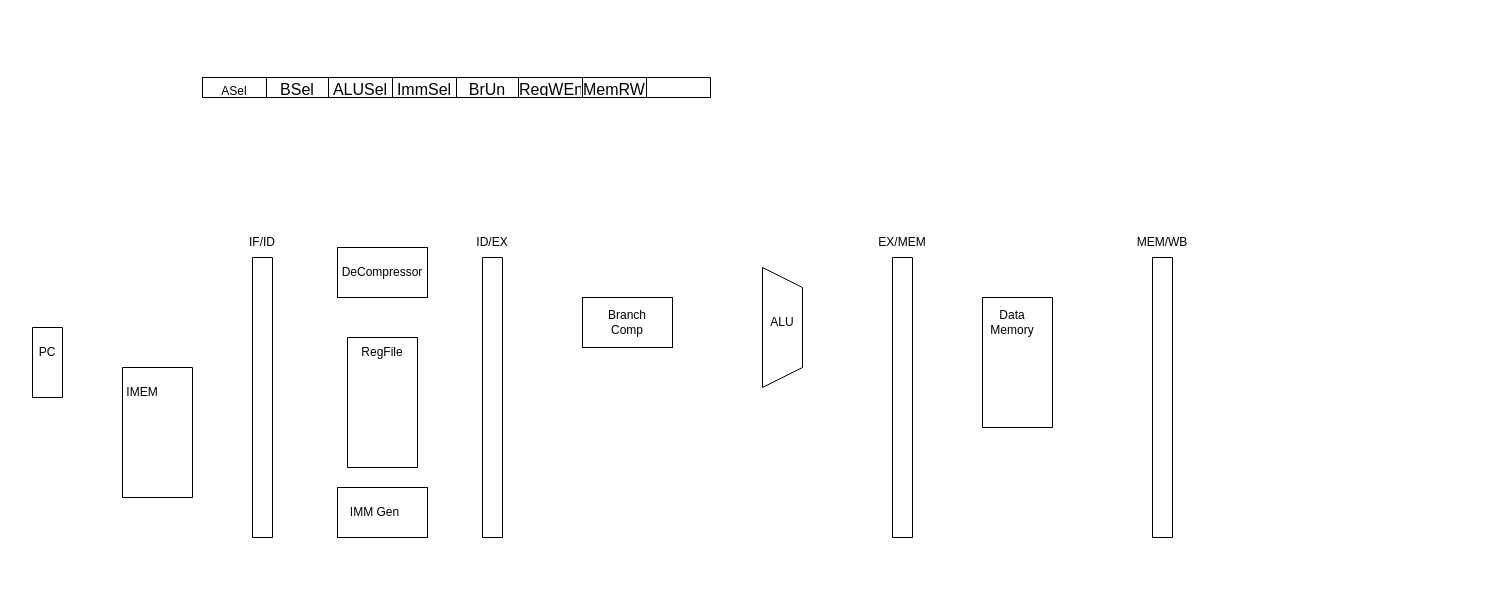
This is Untitled Diagram.drawio from junaida32/AQLTech, a draw.io file, before an edit. Source tidied: cells renumbered, new cells numbered last; positions are measured from the earlier drawing's top-left corner, leaving out a move shared by most shapes. Both pictures are drawn from the tidied source at 100%, with x=0, y=0 at pixel (17, 77).
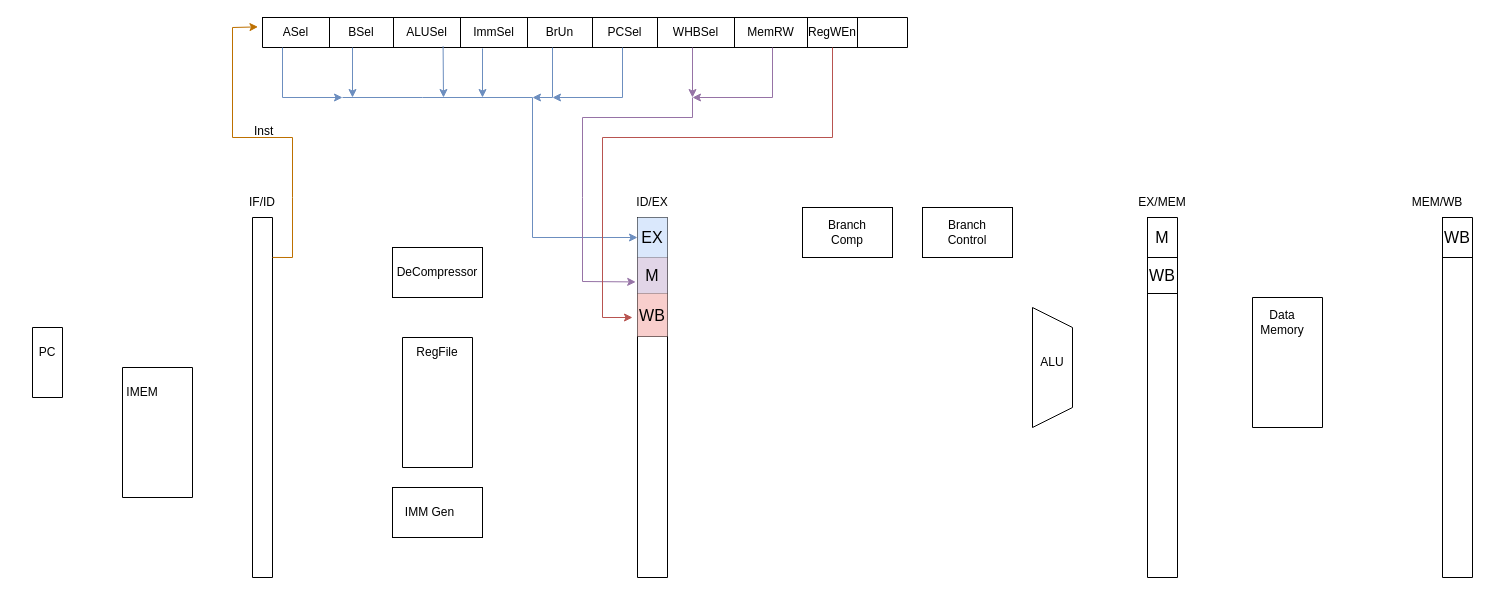
The same page after the edit.

What changed in the source:
```diff
@@
     <mxCell id="6" style="verticalLabelPosition=bottom;verticalAlign=top;html=1;shape=mxgraph.basic.rect;fillColor2=none;strokeWidth=1;size=20;indent=0;" parent="1" vertex="1">
-      <mxGeometry x="235" y="180" width="20" height="280" as="geometry" />
+      <mxGeometry x="235" y="140" width="20" height="360" as="geometry" />
     </mxCell>
     <mxCell id="7" value="IF/ID" style="text;html=1;strokeColor=none;fillColor=none;align=center;verticalAlign=middle;whiteSpace=wrap;rounded=0;" parent="1" vertex="1">
-      <mxGeometry x="215" y="150" width="60" height="30" as="geometry" />
+      <mxGeometry x="215" y="110" width="60" height="30" as="geometry" />
     </mxCell>
     <mxCell id="8" style="verticalLabelPosition=bottom;verticalAlign=top;html=1;shape=mxgraph.basic.rect;fillColor2=none;strokeWidth=1;size=20;indent=0;" parent="1" vertex="1">
-      <mxGeometry x="330" y="260" width="70" height="130" as="geometry" />
+      <mxGeometry x="385" y="260" width="70" height="130" as="geometry" />
     </mxCell>
     <mxCell id="9" value="RegFile" style="text;html=1;strokeColor=none;fillColor=none;align=center;verticalAlign=middle;whiteSpace=wrap;rounded=0;" parent="1" vertex="1">
-      <mxGeometry x="335" y="260" width="60" height="30" as="geometry" />
+      <mxGeometry x="390" y="260" width="60" height="30" as="geometry" />
     </mxCell>
-    <mxCell id="10" style="verticalLabelPosition=bottom;verticalAlign=top;html=1;shape=mxgraph.basic.rect;fillColor2=none;strokeWidth=1;size=20;indent=0;" parent="1" vertex="1">
-      <mxGeometry x="465" y="180" width="20" height="280" as="geometry" />
-    </mxCell>
     <mxCell id="11" value="ID/EX" style="text;html=1;strokeColor=none;fillColor=none;align=center;verticalAlign=middle;whiteSpace=wrap;rounded=0;" parent="1" vertex="1">
-      <mxGeometry x="455" y="150" width="40" height="30" as="geometry" />
+      <mxGeometry x="615" y="110" width="40" height="30" as="geometry" />
     </mxCell>
     <mxCell id="12" style="rounded=0;whiteSpace=wrap;html=1;" parent="1" vertex="1">
-      <mxGeometry x="565" y="220" width="90" height="50" as="geometry" />
+      <mxGeometry x="785" y="130" width="90" height="50" as="geometry" />
     </mxCell>
     <mxCell id="13" value="Branch Comp" style="text;html=1;strokeColor=none;fillColor=none;align=center;verticalAlign=middle;whiteSpace=wrap;rounded=0;" parent="1" vertex="1">
-      <mxGeometry x="590" y="230" width="40" height="30" as="geometry" />
+      <mxGeometry x="810" y="140" width="40" height="30" as="geometry" />
     </mxCell>
     <mxCell id="14" style="rounded=0;whiteSpace=wrap;html=1;" parent="1" vertex="1">
-      <mxGeometry x="320" y="410" width="90" height="50" as="geometry" />
+      <mxGeometry x="375" y="410" width="90" height="50" as="geometry" />
     </mxCell>
     <mxCell id="15" value="IMM Gen" style="text;html=1;strokeColor=none;fillColor=none;align=center;verticalAlign=middle;whiteSpace=wrap;rounded=0;" parent="1" vertex="1">
-      <mxGeometry x="330" y="420" width="55" height="30" as="geometry" />
+      <mxGeometry x="385" y="420" width="55" height="30" as="geometry" />
     </mxCell>
     <mxCell id="16" style="rounded=0;whiteSpace=wrap;html=1;" parent="1" vertex="1">
-      <mxGeometry x="320" y="170" width="90" height="50" as="geometry" />
+      <mxGeometry x="375" y="170" width="90" height="50" as="geometry" />
     </mxCell>
     <mxCell id="17" value="DeCompressor" style="text;html=1;strokeColor=none;fillColor=none;align=center;verticalAlign=middle;whiteSpace=wrap;rounded=0;" parent="1" vertex="1">
-      <mxGeometry x="345" y="180" width="40" height="30" as="geometry" />
+      <mxGeometry x="400" y="180" width="40" height="30" as="geometry" />
     </mxCell>
     <mxCell id="18" style="shape=trapezoid;perimeter=trapezoidPerimeter;whiteSpace=wrap;html=1;fixedSize=1;rotation=90;" parent="1" vertex="1">
-      <mxGeometry x="705" y="230" width="120" height="40" as="geometry" />
+      <mxGeometry x="975" y="270" width="120" height="40" as="geometry" />
     </mxCell>
     <mxCell id="19" value="ALU" style="text;html=1;strokeColor=none;fillColor=none;align=center;verticalAlign=middle;whiteSpace=wrap;rounded=0;" parent="1" vertex="1">
-      <mxGeometry x="745" y="230" width="40" height="30" as="geometry" />
+      <mxGeometry x="1015" y="270" width="40" height="30" as="geometry" />
     </mxCell>
-    <mxCell id="20" style="verticalLabelPosition=bottom;verticalAlign=top;html=1;shape=mxgraph.basic.rect;fillColor2=none;strokeWidth=1;size=20;indent=0;" parent="1" vertex="1">
-      <mxGeometry x="875" y="180" width="20" height="280" as="geometry" />
-    </mxCell>
     <mxCell id="21" value="EX/MEM" style="text;html=1;strokeColor=none;fillColor=none;align=center;verticalAlign=middle;whiteSpace=wrap;rounded=0;" parent="1" vertex="1">
-      <mxGeometry x="865" y="150" width="40" height="30" as="geometry" />
+      <mxGeometry x="1125" y="110" width="40" height="30" as="geometry" />
     </mxCell>
     <mxCell id="22" style="verticalLabelPosition=bottom;verticalAlign=top;html=1;shape=mxgraph.basic.rect;fillColor2=none;strokeWidth=1;size=20;indent=0;" parent="1" vertex="1">
-      <mxGeometry x="965" y="220" width="70" height="130" as="geometry" />
+      <mxGeometry x="1235" y="220" width="70" height="130" as="geometry" />
     </mxCell>
     <mxCell id="23" value="Data&lt;br&gt;Memory" style="text;html=1;strokeColor=none;fillColor=none;align=center;verticalAlign=middle;whiteSpace=wrap;rounded=0;" parent="1" vertex="1">
-      <mxGeometry x="965" y="230" width="60" height="30" as="geometry" />
+      <mxGeometry x="1235" y="230" width="60" height="30" as="geometry" />
     </mxCell>
-    <mxCell id="24" style="verticalLabelPosition=bottom;verticalAlign=top;html=1;shape=mxgraph.basic.rect;fillColor2=none;strokeWidth=1;size=20;indent=0;" parent="1" vertex="1">
-      <mxGeometry x="1135" y="180" width="20" height="280" as="geometry" />
-    </mxCell>
     <mxCell id="25" value="MEM/WB" style="text;html=1;strokeColor=none;fillColor=none;align=center;verticalAlign=middle;whiteSpace=wrap;rounded=0;" parent="1" vertex="1">
-      <mxGeometry x="1125" y="150" width="40" height="30" as="geometry" />
+      <mxGeometry x="1400" y="110" width="40" height="30" as="geometry" />
     </mxCell>
-    <mxCell id="26" style="shape=table;startSize=0;childLayout=tableLayout;fontSize=16;" parent="1" vertex="1">
-      <mxGeometry x="185" width="508" height="20" as="geometry" />
+    <mxCell id="26" style="shape=table;startSize=0;childLayout=tableLayout;fontSize=12;" parent="1" vertex="1">
+      <mxGeometry x="245" y="-60" width="645" height="30" as="geometry" />
     </mxCell>
-    <mxCell id="27" style="shape=tableRow;horizontal=0;startSize=0;swimlaneHead=0;swimlaneBody=0;strokeColor=inherit;top=0;left=0;bottom=0;right=0;fillColor=none;points=[[0,0.5],[1,0.5]];portConstraint=eastwest;fontSize=16;" parent="26" vertex="1">
-      <mxGeometry width="508" height="20" as="geometry" />
+    <mxCell id="27" style="shape=tableRow;horizontal=0;startSize=0;swimlaneHead=0;swimlaneBody=0;strokeColor=inherit;top=0;left=0;bottom=0;right=0;fillColor=none;points=[[0,0.5],[1,0.5]];portConstraint=eastwest;fontSize=12;" parent="26" vertex="1">
+      <mxGeometry width="645" height="30" as="geometry" />
     </mxCell>
-    <mxCell id="28" value="&lt;span style=&quot;font-size: 12px;&quot;&gt;ASel&lt;/span&gt;" style="shape=partialRectangle;html=1;whiteSpace=wrap;strokeColor=inherit;overflow=hidden;fillColor=none;top=0;left=0;bottom=0;right=0;fontSize=16;" parent="27" vertex="1">
-      <mxGeometry width="64" height="20" as="geometry" />
+    <mxCell id="28" value="&lt;span style=&quot;font-size: 12px;&quot;&gt;ASel&lt;/span&gt;" style="shape=partialRectangle;html=1;whiteSpace=wrap;strokeColor=inherit;overflow=hidden;fillColor=none;top=0;left=0;bottom=0;right=0;fontSize=12;" parent="27" vertex="1">
+      <mxGeometry width="67" height="30" as="geometry" />
     </mxCell>
-    <mxCell id="29" value="BSel" style="shape=partialRectangle;html=1;whiteSpace=wrap;strokeColor=inherit;overflow=hidden;fillColor=none;top=0;left=0;bottom=0;right=0;fontSize=16;" parent="27" vertex="1">
-      <mxGeometry x="64" width="62" height="20" as="geometry" />
+    <mxCell id="29" value="BSel" style="shape=partialRectangle;html=1;whiteSpace=wrap;strokeColor=inherit;overflow=hidden;fillColor=none;top=0;left=0;bottom=0;right=0;fontSize=12;" parent="27" vertex="1">
+      <mxGeometry x="67" width="64" height="30" as="geometry" />
     </mxCell>
-    <mxCell id="30" value="ALUSel" style="shape=partialRectangle;html=1;whiteSpace=wrap;strokeColor=inherit;overflow=hidden;fillColor=none;top=0;left=0;bottom=0;right=0;fontSize=16;" parent="27" vertex="1">
-      <mxGeometry x="126" width="64" height="20" as="geometry" />
+    <mxCell id="30" value="ALUSel" style="shape=partialRectangle;html=1;whiteSpace=wrap;strokeColor=inherit;overflow=hidden;fillColor=none;top=0;left=0;bottom=0;right=0;fontSize=12;" parent="27" vertex="1">
+      <mxGeometry x="131" width="67" height="30" as="geometry" />
     </mxCell>
-    <mxCell id="31" value="ImmSel" style="shape=partialRectangle;html=1;whiteSpace=wrap;strokeColor=inherit;overflow=hidden;fillColor=none;top=0;left=0;bottom=0;right=0;fontSize=16;" parent="27" vertex="1">
-      <mxGeometry x="190" width="64" height="20" as="geometry" />
+    <mxCell id="31" value="ImmSel" style="shape=partialRectangle;html=1;whiteSpace=wrap;strokeColor=inherit;overflow=hidden;fillColor=none;top=0;left=0;bottom=0;right=0;fontSize=12;" parent="27" vertex="1">
+      <mxGeometry x="198" width="67" height="30" as="geometry" />
     </mxCell>
-    <mxCell id="32" value="BrUn" style="shape=partialRectangle;html=1;whiteSpace=wrap;strokeColor=inherit;overflow=hidden;fillColor=none;top=0;left=0;bottom=0;right=0;fontSize=16;" parent="27" vertex="1">
-      <mxGeometry x="254" width="62" height="20" as="geometry" />
+    <mxCell id="32" value="BrUn" style="shape=partialRectangle;html=1;whiteSpace=wrap;strokeColor=inherit;overflow=hidden;fillColor=none;top=0;left=0;bottom=0;right=0;fontSize=12;" parent="27" vertex="1">
+      <mxGeometry x="265" width="65" height="30" as="geometry" />
     </mxCell>
+    <mxCell id="36" value="PCSel" style="shape=partialRectangle;html=1;whiteSpace=wrap;strokeColor=inherit;overflow=hidden;fillColor=none;top=0;left=0;bottom=0;right=0;fontSize=12;" parent="27" vertex="1">
+      <mxGeometry x="330" width="65" height="30" as="geometry" />
+    </mxCell>
-    <mxCell id="33" value="RegWEn" style="shape=partialRectangle;html=1;whiteSpace=wrap;strokeColor=inherit;overflow=hidden;fillColor=none;top=0;left=0;bottom=0;right=0;fontSize=16;" parent="27" vertex="1">
-      <mxGeometry x="316" width="64" height="20" as="geometry" />
+    <mxCell id="33" value="WHBSel" style="shape=partialRectangle;html=1;whiteSpace=wrap;strokeColor=inherit;overflow=hidden;fillColor=none;top=0;left=0;bottom=0;right=0;fontSize=12;" parent="27" vertex="1">
+      <mxGeometry x="395" width="77" height="30" as="geometry" />
     </mxCell>
-    <mxCell id="34" value="MemRW" style="shape=partialRectangle;html=1;whiteSpace=wrap;strokeColor=inherit;overflow=hidden;fillColor=none;top=0;left=0;bottom=0;right=0;fontSize=16;" parent="27" vertex="1">
-      <mxGeometry x="380" width="64" height="20" as="geometry" />
+    <mxCell id="34" value="MemRW" style="shape=partialRectangle;html=1;whiteSpace=wrap;strokeColor=inherit;overflow=hidden;fillColor=none;top=0;left=0;bottom=0;right=0;fontSize=12;" parent="27" vertex="1">
+      <mxGeometry x="472" width="73" height="30" as="geometry" />
     </mxCell>
-    <mxCell id="35" style="shape=partialRectangle;html=1;whiteSpace=wrap;strokeColor=inherit;overflow=hidden;fillColor=none;top=0;left=0;bottom=0;right=0;fontSize=16;" parent="27" vertex="1">
-      <mxGeometry x="444" width="64" height="20" as="geometry" />
+    <mxCell id="35" value="RegWEn" style="shape=partialRectangle;html=1;whiteSpace=wrap;strokeColor=inherit;overflow=hidden;fillColor=none;top=0;left=0;bottom=0;right=0;fontSize=12;" parent="27" vertex="1">
+      <mxGeometry x="545" width="50" height="30" as="geometry" />
     </mxCell>
+    <mxCell id="37" style="shape=partialRectangle;html=1;whiteSpace=wrap;strokeColor=inherit;overflow=hidden;fillColor=none;top=0;left=0;bottom=0;right=0;fontSize=12;" parent="27" vertex="1">
+      <mxGeometry x="595" width="50" height="30" as="geometry" />
+    </mxCell>
+    <mxCell id="38" style="shape=table;startSize=0;childLayout=tableLayout;fontSize=16;" parent="1" vertex="1">
+      <mxGeometry x="620" y="140" width="30" height="360" as="geometry" />
+    </mxCell>
+    <mxCell id="39" style="shape=tableRow;horizontal=0;startSize=0;swimlaneHead=0;swimlaneBody=0;strokeColor=inherit;top=0;left=0;bottom=0;right=0;fillColor=none;points=[[0,0.5],[1,0.5]];portConstraint=eastwest;fontSize=16;" parent="38" vertex="1">
+      <mxGeometry width="30" height="40" as="geometry" />
+    </mxCell>
+    <mxCell id="40" value="EX" style="shape=partialRectangle;html=1;whiteSpace=wrap;strokeColor=#6c8ebf;overflow=hidden;fillColor=#dae8fc;top=0;left=0;bottom=0;right=0;fontSize=16;" parent="39" vertex="1">
+      <mxGeometry width="30" height="40" as="geometry" />
+    </mxCell>
+    <mxCell id="41" style="shape=tableRow;horizontal=0;startSize=0;swimlaneHead=0;swimlaneBody=0;strokeColor=inherit;top=0;left=0;bottom=0;right=0;fillColor=none;fontSize=16;" parent="38" vertex="1">
+      <mxGeometry y="40" width="30" height="36" as="geometry" />
+    </mxCell>
+    <mxCell id="42" value="M" style="shape=partialRectangle;html=1;whiteSpace=wrap;strokeColor=#9673a6;overflow=hidden;fillColor=#e1d5e7;top=0;left=0;bottom=0;right=0;fontSize=16;" parent="41" vertex="1">
+      <mxGeometry width="30" height="36" as="geometry" />
+    </mxCell>
+    <mxCell id="43" style="shape=tableRow;horizontal=0;startSize=0;swimlaneHead=0;swimlaneBody=0;strokeColor=inherit;top=0;left=0;bottom=0;right=0;fillColor=none;fontSize=16;" parent="38" vertex="1">
+      <mxGeometry y="76" width="30" height="43" as="geometry" />
+    </mxCell>
+    <mxCell id="44" value="WB" style="shape=partialRectangle;html=1;whiteSpace=wrap;strokeColor=#b85450;overflow=hidden;fillColor=#f8cecc;top=0;left=0;bottom=0;right=0;fontSize=16;" parent="43" vertex="1">
+      <mxGeometry width="30" height="43" as="geometry" />
+    </mxCell>
+    <mxCell id="45" style="shape=tableRow;horizontal=0;startSize=0;swimlaneHead=0;swimlaneBody=0;strokeColor=inherit;top=0;left=0;bottom=0;right=0;fillColor=none;fontSize=16;" parent="38" vertex="1">
+      <mxGeometry y="119" width="30" height="241" as="geometry" />
+    </mxCell>
+    <mxCell id="46" style="shape=partialRectangle;html=1;whiteSpace=wrap;strokeColor=inherit;overflow=hidden;fillColor=none;top=0;left=0;bottom=0;right=0;fontSize=16;" parent="45" vertex="1">
+      <mxGeometry width="30" height="241" as="geometry" />
+    </mxCell>
+    <mxCell id="47" style="shape=table;startSize=0;childLayout=tableLayout;fontSize=16;" parent="1" vertex="1">
+      <mxGeometry x="1130" y="140" width="30" height="360" as="geometry" />
+    </mxCell>
+    <mxCell id="48" style="shape=tableRow;horizontal=0;startSize=0;swimlaneHead=0;swimlaneBody=0;strokeColor=inherit;top=0;left=0;bottom=0;right=0;fillColor=none;fontSize=16;" parent="47" vertex="1">
+      <mxGeometry width="30" height="40" as="geometry" />
+    </mxCell>
+    <mxCell id="49" value="M" style="shape=partialRectangle;html=1;whiteSpace=wrap;strokeColor=inherit;overflow=hidden;fillColor=none;top=0;left=0;bottom=0;right=0;fontSize=16;" parent="48" vertex="1">
+      <mxGeometry width="30" height="40" as="geometry" />
+    </mxCell>
+    <mxCell id="50" style="shape=tableRow;horizontal=0;startSize=0;swimlaneHead=0;swimlaneBody=0;strokeColor=inherit;top=0;left=0;bottom=0;right=0;fillColor=none;fontSize=16;" parent="47" vertex="1">
+      <mxGeometry y="40" width="30" height="36" as="geometry" />
+    </mxCell>
+    <mxCell id="51" value="WB" style="shape=partialRectangle;html=1;whiteSpace=wrap;strokeColor=inherit;overflow=hidden;fillColor=none;top=0;left=0;bottom=0;right=0;fontSize=16;" parent="50" vertex="1">
+      <mxGeometry width="30" height="36" as="geometry" />
+    </mxCell>
+    <mxCell id="52" style="shape=tableRow;horizontal=0;startSize=0;swimlaneHead=0;swimlaneBody=0;strokeColor=inherit;top=0;left=0;bottom=0;right=0;fillColor=none;fontSize=16;" parent="47" vertex="1">
+      <mxGeometry y="76" width="30" height="284" as="geometry" />
+    </mxCell>
+    <mxCell id="53" style="shape=partialRectangle;html=1;whiteSpace=wrap;strokeColor=inherit;overflow=hidden;fillColor=none;top=0;left=0;bottom=0;right=0;fontSize=16;" parent="52" vertex="1">
+      <mxGeometry width="30" height="284" as="geometry" />
+    </mxCell>
+    <mxCell id="54" style="shape=table;startSize=0;childLayout=tableLayout;fontSize=16;" parent="1" vertex="1">
+      <mxGeometry x="1425" y="140" width="30" height="360" as="geometry" />
+    </mxCell>
+    <mxCell id="55" style="shape=tableRow;horizontal=0;startSize=0;swimlaneHead=0;swimlaneBody=0;strokeColor=inherit;top=0;left=0;bottom=0;right=0;fillColor=none;fontSize=16;" parent="54" vertex="1">
+      <mxGeometry width="30" height="40" as="geometry" />
+    </mxCell>
+    <mxCell id="56" value="WB" style="shape=partialRectangle;html=1;whiteSpace=wrap;strokeColor=inherit;overflow=hidden;fillColor=none;top=0;left=0;bottom=0;right=0;fontSize=16;" parent="55" vertex="1">
+      <mxGeometry width="30" height="40" as="geometry" />
+    </mxCell>
+    <mxCell id="57" style="shape=tableRow;horizontal=0;startSize=0;swimlaneHead=0;swimlaneBody=0;strokeColor=inherit;top=0;left=0;bottom=0;right=0;fillColor=none;fontSize=16;" parent="54" vertex="1">
+      <mxGeometry y="40" width="30" height="320" as="geometry" />
+    </mxCell>
+    <mxCell id="58" style="shape=partialRectangle;html=1;whiteSpace=wrap;strokeColor=inherit;overflow=hidden;fillColor=none;top=0;left=0;bottom=0;right=0;fontSize=16;" parent="57" vertex="1">
+      <mxGeometry width="30" height="320" as="geometry" />
+    </mxCell>
+    <mxCell id="59" style="rounded=0;whiteSpace=wrap;html=1;" parent="1" vertex="1">
+      <mxGeometry x="905" y="130" width="90" height="50" as="geometry" />
+    </mxCell>
+    <mxCell id="60" value="Branch Control" style="text;html=1;strokeColor=none;fillColor=none;align=center;verticalAlign=middle;whiteSpace=wrap;rounded=0;" parent="1" vertex="1">
+      <mxGeometry x="930" y="140" width="40" height="30" as="geometry" />
+    </mxCell>
+    <mxCell id="61" style="endArrow=classic;html=1;rounded=0;entryX=0;entryY=0.5;entryDx=0;entryDy=0;fillColor=#dae8fc;strokeColor=#6c8ebf;" parent="1" edge="1" target="39">
+      <mxGeometry relative="1" as="geometry">
+        <mxPoint x="325" y="20" as="sourcePoint" />
+        <Array as="points">
+          <mxPoint x="405" y="20" />
+          <mxPoint x="515" y="20" />
+          <mxPoint x="515" y="160" />
+        </Array>
+      </mxGeometry>
+    </mxCell>
+    <mxCell id="62" style="endArrow=classic;html=1;rounded=0;fillColor=#dae8fc;strokeColor=#6c8ebf;" parent="1" edge="1">
+      <mxGeometry relative="1" as="geometry">
+        <mxPoint x="265" y="-30" as="sourcePoint" />
+        <mxPoint x="325" y="20" as="targetPoint" />
+        <Array as="points">
+          <mxPoint x="265" y="20" />
+        </Array>
+      </mxGeometry>
+    </mxCell>
+    <mxCell id="63" style="endArrow=classic;html=1;rounded=0;fillColor=#dae8fc;strokeColor=#6c8ebf;" parent="1" edge="1">
+      <mxGeometry relative="1" as="geometry">
+        <mxPoint x="335" y="-30" as="sourcePoint" />
+        <mxPoint x="335" y="20" as="targetPoint" />
+      </mxGeometry>
+    </mxCell>
+    <mxCell id="64" style="endArrow=classic;html=1;rounded=0;exitX=0.28;exitY=0.956;exitDx=0;exitDy=0;exitPerimeter=0;fillColor=#dae8fc;strokeColor=#6c8ebf;" parent="1" edge="1" source="27">
+      <mxGeometry relative="1" as="geometry">
+        <mxPoint x="426" y="20" as="targetPoint" />
+      </mxGeometry>
+    </mxCell>
+    <mxCell id="65" style="endArrow=classic;html=1;rounded=0;fillColor=#dae8fc;strokeColor=#6c8ebf;" parent="1" edge="1">
+      <mxGeometry relative="1" as="geometry">
+        <mxPoint x="465" y="-29" as="sourcePoint" />
+        <mxPoint x="465" y="20" as="targetPoint" />
+      </mxGeometry>
+    </mxCell>
+    <mxCell id="66" style="endArrow=classic;html=1;rounded=0;fillColor=#dae8fc;strokeColor=#6c8ebf;" parent="1" edge="1">
+      <mxGeometry relative="1" as="geometry">
+        <mxPoint x="535" y="-30" as="sourcePoint" />
+        <mxPoint x="515" y="20" as="targetPoint" />
+        <Array as="points">
+          <mxPoint x="535" y="20" />
+        </Array>
+      </mxGeometry>
+    </mxCell>
+    <mxCell id="67" style="endArrow=classic;html=1;rounded=0;fillColor=#dae8fc;strokeColor=#6c8ebf;" parent="1" edge="1">
+      <mxGeometry relative="1" as="geometry">
+        <mxPoint x="605" y="-30" as="sourcePoint" />
+        <mxPoint x="535" y="20" as="targetPoint" />
+        <Array as="points">
+          <mxPoint x="605" y="20" />
+        </Array>
+      </mxGeometry>
+    </mxCell>
+    <mxCell id="68" style="endArrow=classic;html=1;rounded=0;exitX=1;exitY=0.111;exitDx=0;exitDy=0;exitPerimeter=0;entryX=-0.007;entryY=0.313;entryDx=0;entryDy=0;entryPerimeter=0;fillColor=#f0a30a;strokeColor=#BD7000;" parent="1" edge="1" source="6" target="27">
+      <mxGeometry relative="1" as="geometry">
+        <Array as="points">
+          <mxPoint x="275" y="180" />
+          <mxPoint x="275" y="120" />
+          <mxPoint x="275" y="60" />
+          <mxPoint x="215" y="60" />
+          <mxPoint x="215" y="-50" />
+        </Array>
+      </mxGeometry>
+    </mxCell>
+    <mxCell id="69" value="&lt;div style=&quot;text-align: center;&quot;&gt;&lt;span style=&quot;background-color: initial;&quot;&gt;Inst&lt;/span&gt;&lt;/div&gt;" style="text;whiteSpace=wrap;html=1;" parent="1" vertex="1">
+      <mxGeometry x="235" y="40" width="40" height="20" as="geometry" />
+    </mxCell>
+    <mxCell id="70" style="endArrow=classic;html=1;rounded=0;fillColor=#e1d5e7;strokeColor=#9673a6;" parent="1" edge="1">
+      <mxGeometry relative="1" as="geometry">
+        <mxPoint x="675" y="-30" as="sourcePoint" />
+        <mxPoint x="675" y="20" as="targetPoint" />
+      </mxGeometry>
+    </mxCell>
+    <mxCell id="71" style="endArrow=classic;html=1;rounded=0;fillColor=#e1d5e7;strokeColor=#9673a6;" parent="1" edge="1">
+      <mxGeometry relative="1" as="geometry">
+        <mxPoint x="755" y="-30" as="sourcePoint" />
+        <mxPoint x="675" y="20" as="targetPoint" />
+        <Array as="points">
+          <mxPoint x="755" y="20" />
+        </Array>
+      </mxGeometry>
+    </mxCell>
+    <mxCell id="72" style="endArrow=classic;html=1;rounded=0;fillColor=#e1d5e7;strokeColor=#9673a6;entryX=-0.06;entryY=0.179;entryDx=0;entryDy=0;entryPerimeter=0;" parent="1" edge="1" target="38">
+      <mxGeometry relative="1" as="geometry">
+        <mxPoint x="675" y="20" as="sourcePoint" />
+        <Array as="points">
+          <mxPoint x="675" y="40" />
+          <mxPoint x="565" y="40" />
+          <mxPoint x="565" y="120" />
+          <mxPoint x="565" y="204" />
+        </Array>
+      </mxGeometry>
+    </mxCell>
+    <mxCell id="73" style="endArrow=classic;html=1;rounded=0;fillColor=#f8cecc;strokeColor=#b85450;" parent="1" edge="1">
+      <mxGeometry relative="1" as="geometry">
+        <mxPoint x="815" y="-30" as="sourcePoint" />
+        <mxPoint x="615" y="240" as="targetPoint" />
+        <Array as="points">
+          <mxPoint x="815" y="60" />
+          <mxPoint x="585" y="60" />
+          <mxPoint x="585" y="240" />
+        </Array>
+      </mxGeometry>
+    </mxCell>
```
